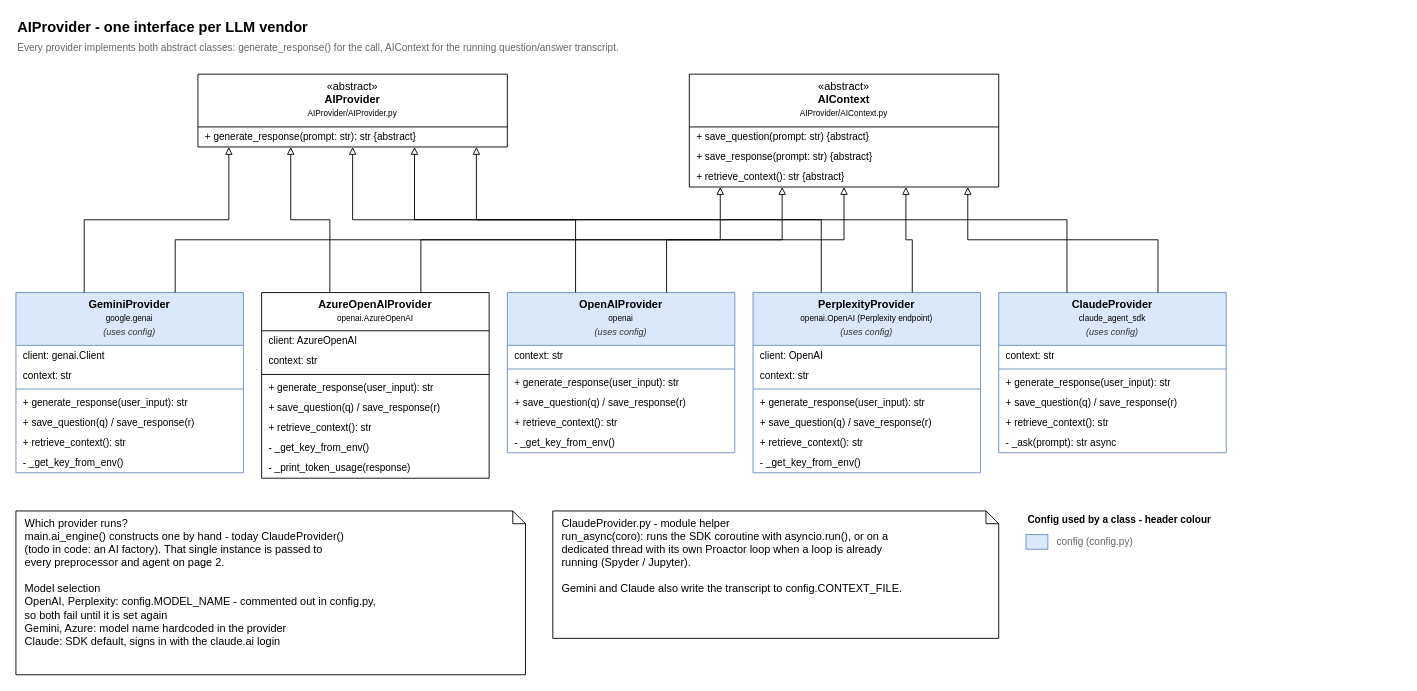
kaw-7/ai-assistant keeps this draw.io diagram as page "1 - AI providers" (1 of 3) of ClassDiagram/AIAssistant.drawio. Above is the earlier version. Source tidied: cells renumbered, new cells numbered last; positions are measured from the earlier drawing's top-left corner, leaving out a move shared by most shapes. Both pictures are drawn from the tidied source at 91%, with x=0, y=0 at pixel (15, 15).
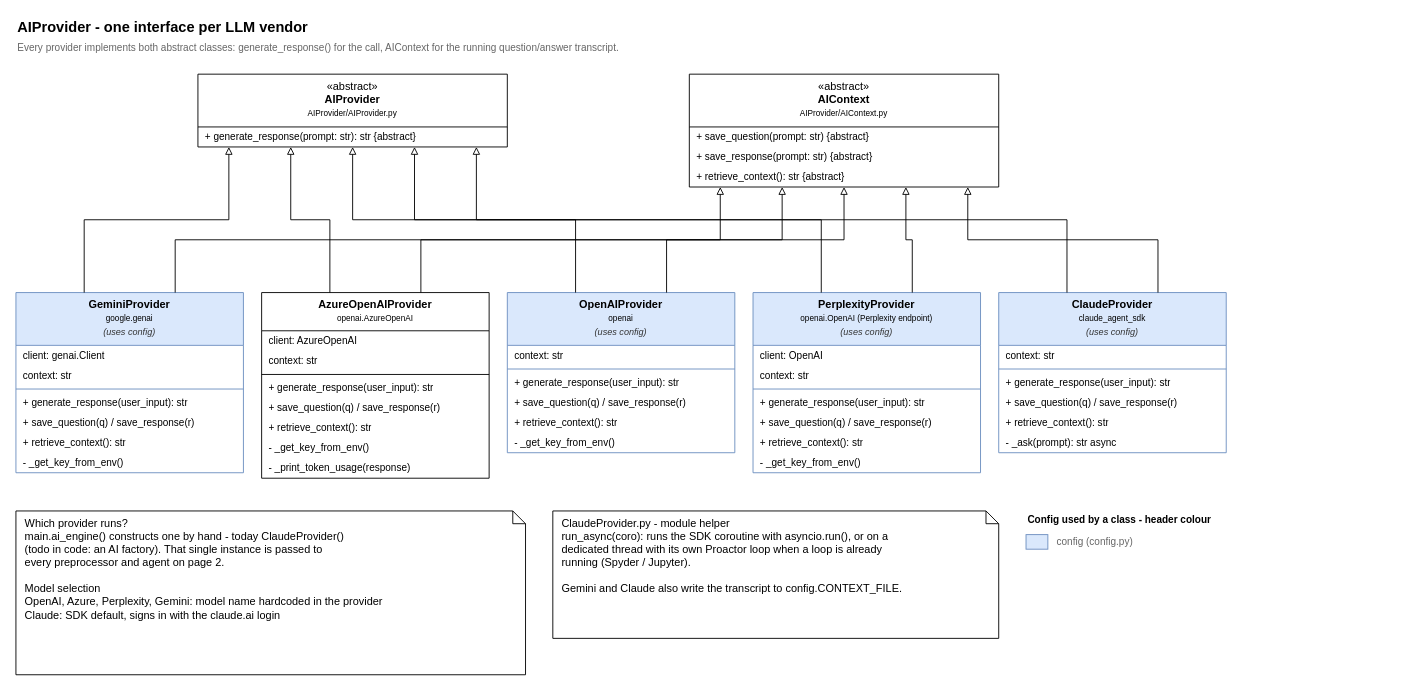
The same page after the edit.

The edit, as a diff of the source:
```diff
@@
-    <mxCell id="59" value="Which provider runs?&lt;br&gt;main.ai_engine() constructs one by hand - today ClaudeProvider()&lt;br&gt;(todo in code: an AI factory). That single instance is passed to&lt;br&gt;every preprocessor and agent on page 2.&lt;br&gt;&lt;br&gt;Model selection&lt;br&gt;  OpenAI, Perplexity: config.MODEL_NAME - commented out in config.py,&lt;br&gt;    so both fail until it is set again&lt;br&gt;  Gemini, Azure: model name hardcoded in the provider&lt;br&gt;  Claude: SDK default, signs in with the claude.ai login" style="shape=note;whiteSpace=wrap;html=1;size=14;align=left;spacingLeft=8;verticalAlign=top;" parent="1" vertex="1">
+    <mxCell id="59" value="Which provider runs?&lt;br&gt;main.ai_engine() constructs one by hand - today ClaudeProvider()&lt;br&gt;(todo in code: an AI factory). That single instance is passed to&lt;br&gt;every preprocessor and agent on page 2.&lt;br&gt;&lt;br&gt;Model selection&lt;br&gt;  OpenAI, Azure, Perplexity, Gemini: model name hardcoded in the provider&lt;br&gt;  Claude: SDK default, signs in with the claude.ai login" style="shape=note;whiteSpace=wrap;html=1;size=14;align=left;spacingLeft=8;verticalAlign=top;" parent="1" vertex="1">
       <mxGeometry y="544" width="560" height="180" as="geometry" />
     </mxCell>
```
